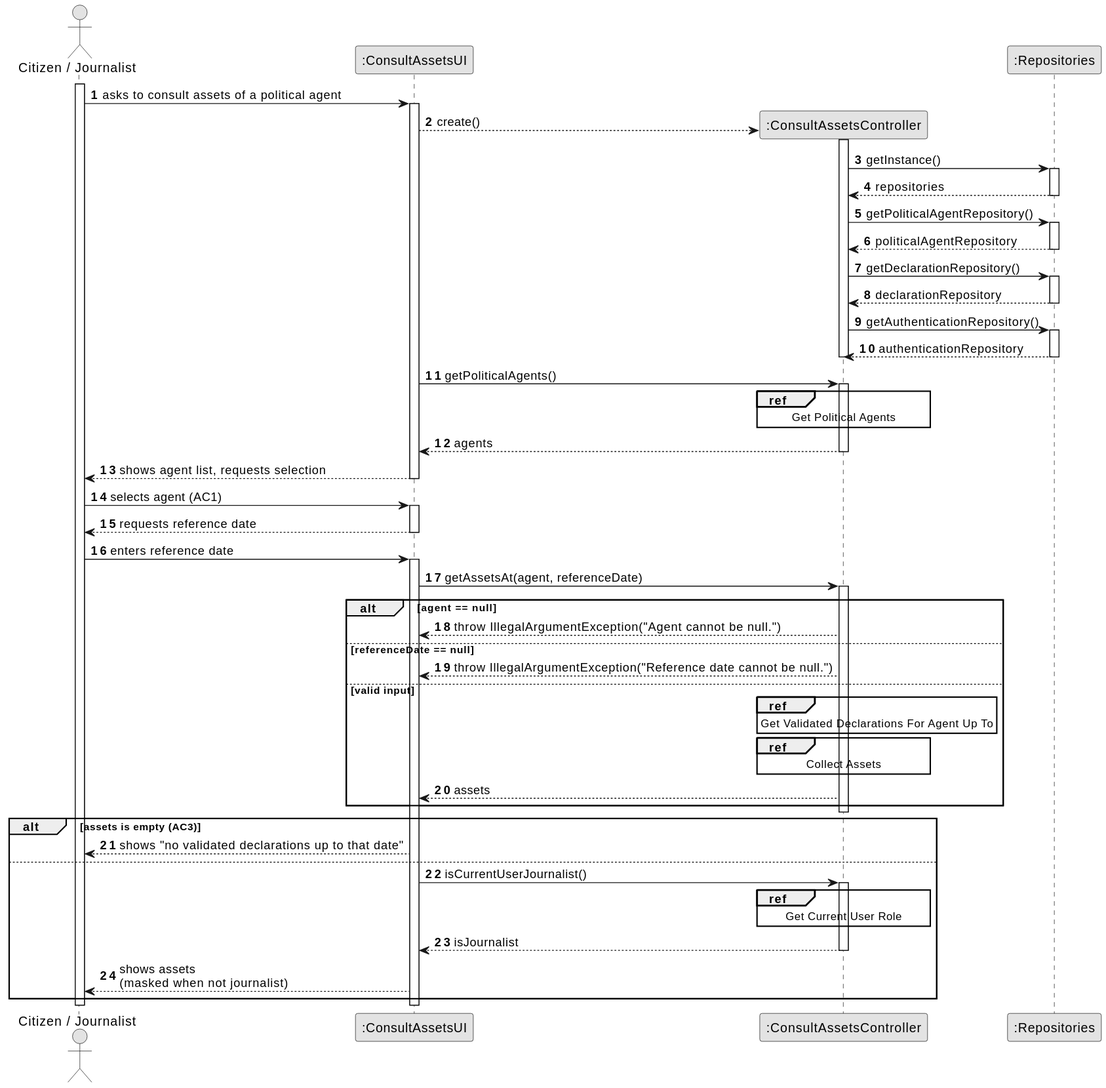
Before: docs/system-documentation/US11/03.design/svg/US11-SD-split.svg, a diagram exported from PlantUML (brunodspinto/crystal-clear-platform).
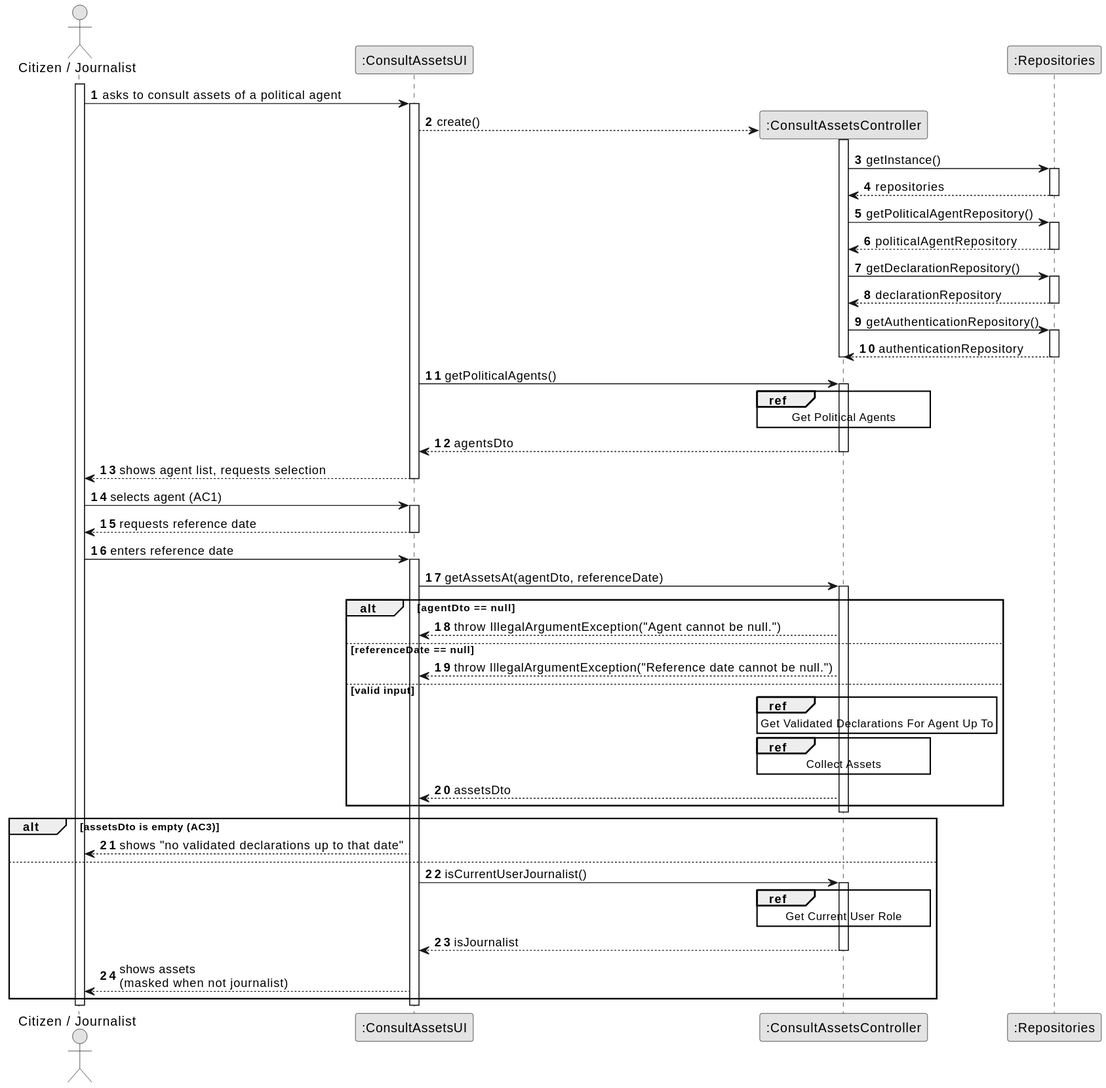
Above is the later version.

Diff of the diagram source:
```diff
@@ -44,7 +44,7 @@
         end ref
 
         activate CTRL
-            CTRL --> UI : agents
+            CTRL --> UI : agentsDto
         deactivate CTRL
 
         UI --> Actor : shows agent list, requests selection
@@ -58,10 +58,10 @@
     Actor -> UI : enters reference date
     activate UI
 
-        UI -> CTRL : getAssetsAt(agent, referenceDate)
+        UI -> CTRL : getAssetsAt(agentDto, referenceDate)
         activate CTRL
 
-            alt agent == null
+            alt agentDto == null
                 CTRL --> UI : throw IllegalArgumentException("Agent cannot be null.")
             else referenceDate == null
                 CTRL --> UI : throw IllegalArgumentException("Reference date cannot be null.")
@@ -74,11 +74,11 @@
                     Collect Assets
                 end ref
 
-                CTRL --> UI : assets
+                CTRL --> UI : assetsDto
             end
         deactivate CTRL
 
-        alt assets is empty (AC3)
+        alt assetsDto is empty (AC3)
             UI --> Actor : shows "no validated declarations up to that date"
         else
             UI -> CTRL : isCurrentUserJournalist()
```
